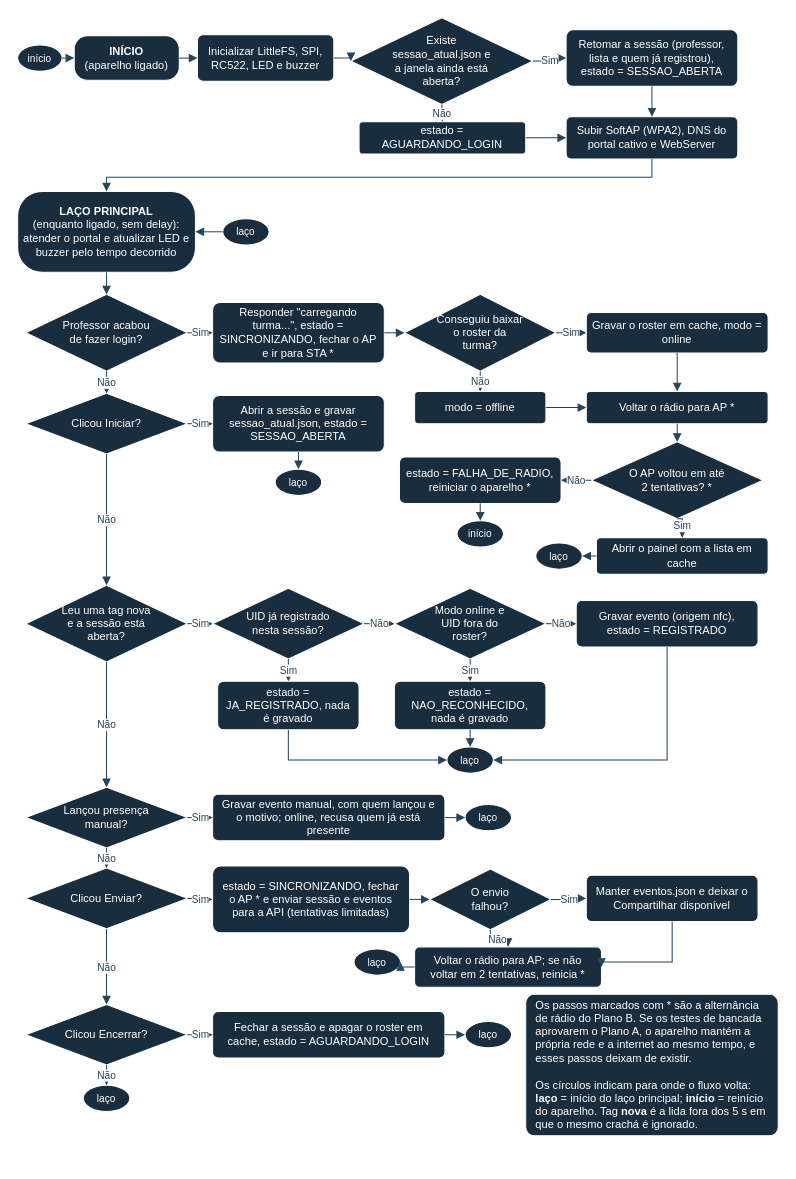
This is docs/fluxograma-logica.drawio from caioplaninschek/presente, a draw.io file, before an edit. Source tidied: cells renumbered, new cells numbered last; positions are measured from the earlier drawing's top-left corner, leaving out a move shared by most shapes. Both pictures are drawn from the tidied source at 101%, with x=0, y=0 at pixel (17, 17).
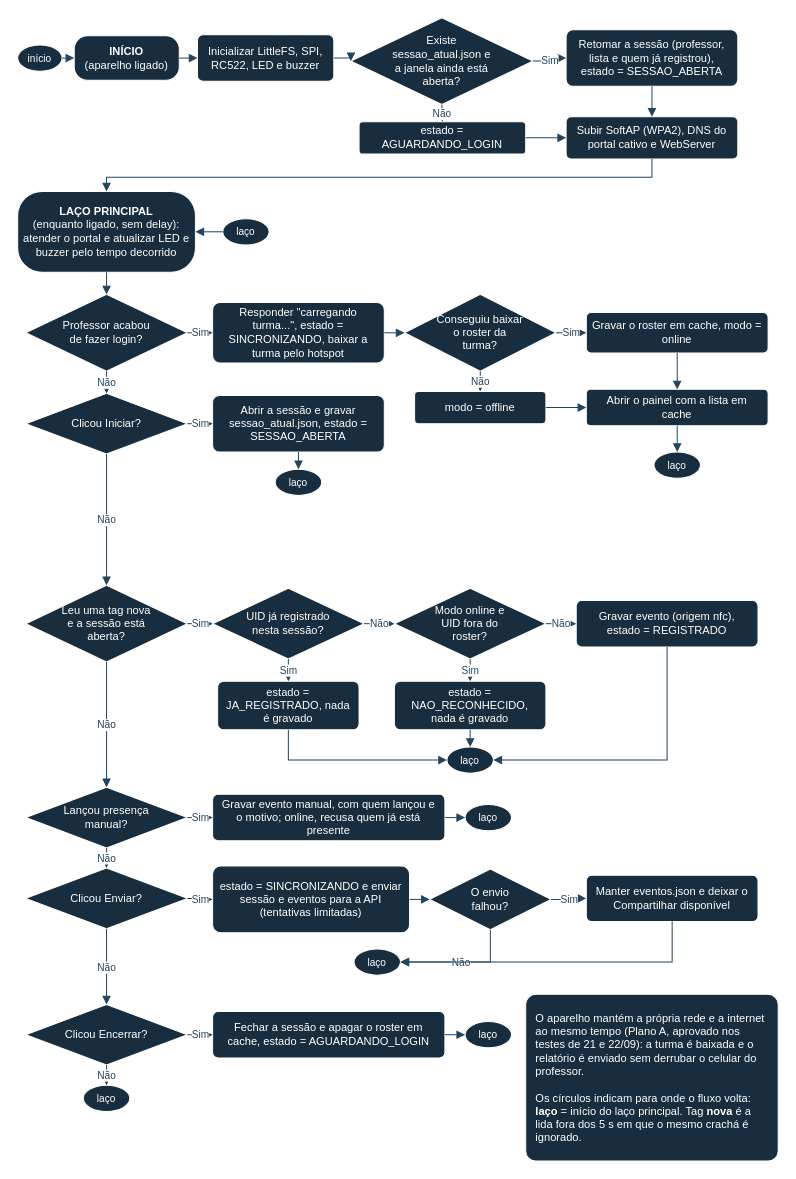
After the change.

Unchanged cells that the change refers to:
```xml
<mxCell id="14" value="Gravar o roster em cache, modo = online" style="whiteSpace=wrap;html=1;fontSize=11;fontColor=#FFFFFF;strokeColor=#FFFFFF;fillColor=#182E3E;rounded=1;arcSize=12;spacingLeft=5;spacingRight=5;" parent="1" vertex="1">
  <mxGeometry x="563" y="292" width="180" height="40" as="geometry" />
</mxCell>
<mxCell id="15" value="modo = offline" style="whiteSpace=wrap;html=1;fontSize=11;fontColor=#FFFFFF;strokeColor=#FFFFFF;fillColor=#182E3E;rounded=1;arcSize=12;spacingLeft=5;spacingRight=5;" parent="1" vertex="1">
  <mxGeometry x="393" y="370" width="130" height="32" as="geometry" />
</mxCell>
<mxCell id="37" value="O envio falhou?" style="whiteSpace=wrap;html=1;fontSize=11;fontColor=#FFFFFF;strokeColor=#FFFFFF;fillColor=#182E3E;rhombus;spacingLeft=24;spacingRight=24;" parent="1" vertex="1">
  <mxGeometry x="408" y="843" width="120" height="60" as="geometry" />
</mxCell>
<mxCell id="38" value="Manter eventos.json e deixar o Compartilhar disponível" style="whiteSpace=wrap;html=1;fontSize=11;fontColor=#FFFFFF;strokeColor=#FFFFFF;fillColor=#182E3E;rounded=1;arcSize=12;spacingLeft=5;spacingRight=5;" parent="1" vertex="1">
  <mxGeometry x="563" y="849" width="170" height="46" as="geometry" />
</mxCell>
<mxCell id="40" value="laço" style="whiteSpace=wrap;html=1;fontSize=11;fontColor=#FFFFFF;strokeColor=#FFFFFF;fillColor=#182E3E;ellipse;fontSize=10;" parent="1" vertex="1">
  <mxGeometry x="333" y="922" width="46" height="26" as="geometry" />
</mxCell>
```

Diff of the diagram source:
```diff
@@
-    <mxCell id="12" value="Responder &quot;carregando turma...&quot;, estado = SINCRONIZANDO, fechar o AP e ir para STA *" style="whiteSpace=wrap;html=1;fontSize=11;fontColor=#FFFFFF;strokeColor=#FFFFFF;fillColor=#182E3E;rounded=1;arcSize=12;spacingLeft=5;spacingRight=5;" parent="1" vertex="1">
+    <mxCell id="12" value="Responder &quot;carregando turma...&quot;, estado = SINCRONIZANDO, baixar a turma pelo hotspot" style="whiteSpace=wrap;html=1;fontSize=11;fontColor=#FFFFFF;strokeColor=#FFFFFF;fillColor=#182E3E;rounded=1;arcSize=12;spacingLeft=5;spacingRight=5;" parent="1" vertex="1">
       <mxGeometry x="193" y="282" width="170" height="60" as="geometry" />
     </mxCell>
@@
-    <mxCell id="16" value="Voltar o rádio para AP *" style="whiteSpace=wrap;html=1;fontSize=11;fontColor=#FFFFFF;strokeColor=#FFFFFF;fillColor=#182E3E;rounded=1;arcSize=12;spacingLeft=5;spacingRight=5;" parent="1" vertex="1">
-      <mxGeometry x="563" y="370" width="180" height="32" as="geometry" />
-    </mxCell>
-    <mxCell id="17" value="O AP voltou em até 2 tentativas? *" style="whiteSpace=wrap;html=1;fontSize=11;fontColor=#FFFFFF;strokeColor=#FFFFFF;fillColor=#182E3E;rhombus;spacingLeft=34;spacingRight=34;" parent="1" vertex="1">
-      <mxGeometry x="568" y="420" width="170" height="76" as="geometry" />
-    </mxCell>
     <mxCell id="18" value="Abrir o painel com a lista em cache" style="whiteSpace=wrap;html=1;fontSize=11;fontColor=#FFFFFF;strokeColor=#FFFFFF;fillColor=#182E3E;rounded=1;arcSize=12;spacingLeft=5;spacingRight=5;" parent="1" vertex="1">
-      <mxGeometry x="573" y="515" width="170" height="36" as="geometry" />
+      <mxGeometry x="563" y="368" width="180" height="36" as="geometry" />
     </mxCell>
     <mxCell id="19" value="laço" style="whiteSpace=wrap;html=1;fontSize=11;fontColor=#FFFFFF;strokeColor=#FFFFFF;fillColor=#182E3E;ellipse;fontSize=10;" parent="1" vertex="1">
-      <mxGeometry x="513" y="520" width="46" height="26" as="geometry" />
+      <mxGeometry x="630" y="430" width="46" height="26" as="geometry" />
     </mxCell>
-    <mxCell id="20" value="estado = FALHA_DE_RADIO, reiniciar o aparelho *" style="whiteSpace=wrap;html=1;fontSize=11;fontColor=#FFFFFF;strokeColor=#FFFFFF;fillColor=#182E3E;rounded=1;arcSize=12;spacingLeft=5;spacingRight=5;" parent="1" vertex="1">
-      <mxGeometry x="378" y="435" width="160" height="46" as="geometry" />
-    </mxCell>
-    <mxCell id="21" value="início" style="whiteSpace=wrap;html=1;fontSize=11;fontColor=#FFFFFF;strokeColor=#FFFFFF;fillColor=#182E3E;ellipse;fontSize=10;" parent="1" vertex="1">
-      <mxGeometry x="435" y="498" width="46" height="26" as="geometry" />
-    </mxCell>
@@
-    <mxCell id="36" value="estado = SINCRONIZANDO, fechar o AP * e enviar sessão e eventos para a API (tentativas limitadas)" style="whiteSpace=wrap;html=1;fontSize=11;fontColor=#FFFFFF;strokeColor=#FFFFFF;fillColor=#182E3E;rounded=1;arcSize=12;spacingLeft=5;spacingRight=5;" parent="1" vertex="1">
+    <mxCell id="36" value="estado = SINCRONIZANDO e enviar sessão e eventos para a API (tentativas limitadas)" style="whiteSpace=wrap;html=1;fontSize=11;fontColor=#FFFFFF;strokeColor=#FFFFFF;fillColor=#182E3E;rounded=1;arcSize=12;spacingLeft=5;spacingRight=5;" parent="1" vertex="1">
       <mxGeometry x="193" y="840" width="195" height="66" as="geometry" />
     </mxCell>
@@
-    <mxCell id="39" value="Voltar o rádio para AP; se não voltar em 2 tentativas, reinicia *" style="whiteSpace=wrap;html=1;fontSize=11;fontColor=#FFFFFF;strokeColor=#FFFFFF;fillColor=#182E3E;rounded=1;arcSize=12;spacingLeft=5;spacingRight=5;" parent="1" vertex="1">
-      <mxGeometry x="393" y="920" width="185" height="40" as="geometry" />
-    </mxCell>
@@
-    <mxCell id="45" value="Os passos marcados com * são a alternância de rádio do Plano B. Se os testes de bancada aprovarem o Plano A, o aparelho mantém a própria rede e a internet ao mesmo tempo, e esses passos deixam de existir.&lt;br&gt;&lt;br&gt;Os círculos indicam para onde o fluxo volta: &lt;b&gt;laço&lt;/b&gt; = início do laço principal; &lt;b&gt;início&lt;/b&gt; = reinício do aparelho. Tag &lt;b&gt;nova&lt;/b&gt; é a lida fora dos 5 s em que o mesmo crachá é ignorado." style="whiteSpace=wrap;html=1;fontSize=11;fontColor=#FFFFFF;strokeColor=#FFFFFF;fillColor=#182E3E;rounded=1;arcSize=6;align=left;spacingLeft=8;spacingRight=8;" parent="1" vertex="1">
-      <mxGeometry x="503" y="967" width="250" height="140" as="geometry" />
+    <mxCell id="45" value="O aparelho mantém a própria rede e a internet ao mesmo tempo (Plano A, aprovado nos testes de 21 e 22/09): a turma é baixada e o relatório é enviado sem derrubar o celular do professor.&lt;br&gt;&lt;br&gt;Os círculos indicam para onde o fluxo volta: &lt;b&gt;laço&lt;/b&gt; = início do laço principal. Tag &lt;b&gt;nova&lt;/b&gt; é a lida fora dos 5 s em que o mesmo crachá é ignorado." style="whiteSpace=wrap;html=1;fontSize=11;fontColor=#FFFFFF;strokeColor=#FFFFFF;fillColor=#182E3E;rounded=1;arcSize=6;align=left;spacingLeft=8;spacingRight=8;" parent="1" vertex="1">
+      <mxGeometry x="503" y="967" width="250" height="165" as="geometry" />
     </mxCell>
@@
-    <mxCell id="60" style="edgeStyle=orthogonalEdgeStyle;rounded=0;html=1;endArrow=block;endFill=1;strokeColor=#23445D;fontSize=10;fontColor=#23445D;labelBackgroundColor=#FFFFFF;exitX=0.5;exitY=1;exitDx=0;exitDy=0;entryX=0.5;entryY=0;entryDx=0;entryDy=0;" parent="1" edge="1" source="14" target="16">
+    <mxCell id="60" style="edgeStyle=orthogonalEdgeStyle;rounded=0;html=1;endArrow=block;endFill=1;strokeColor=#23445D;fontSize=10;fontColor=#23445D;labelBackgroundColor=#FFFFFF;exitX=0.5;exitY=1;exitDx=0;exitDy=0;entryX=0.5;entryY=0;entryDx=0;entryDy=0;" parent="1" edge="1" source="14" target="18">
       <mxGeometry relative="1" as="geometry" />
     </mxCell>
-    <mxCell id="61" style="edgeStyle=orthogonalEdgeStyle;rounded=0;html=1;endArrow=block;endFill=1;strokeColor=#23445D;fontSize=10;fontColor=#23445D;labelBackgroundColor=#FFFFFF;exitX=1;exitY=0.5;exitDx=0;exitDy=0;entryX=0;entryY=0.5;entryDx=0;entryDy=0;" parent="1" edge="1" source="15" target="16">
+    <mxCell id="61" style="edgeStyle=orthogonalEdgeStyle;rounded=0;html=1;endArrow=block;endFill=1;strokeColor=#23445D;fontSize=10;fontColor=#23445D;labelBackgroundColor=#FFFFFF;exitX=1;exitY=0.5;exitDx=0;exitDy=0;entryX=0;entryY=0.5;entryDx=0;entryDy=0;" parent="1" edge="1" source="15" target="18">
       <mxGeometry relative="1" as="geometry" />
     </mxCell>
-    <mxCell id="62" style="edgeStyle=orthogonalEdgeStyle;rounded=0;html=1;endArrow=block;endFill=1;strokeColor=#23445D;fontSize=10;fontColor=#23445D;labelBackgroundColor=#FFFFFF;exitX=0.5;exitY=1;exitDx=0;exitDy=0;entryX=0.5;entryY=0;entryDx=0;entryDy=0;" parent="1" edge="1" source="16" target="17">
-      <mxGeometry relative="1" as="geometry" />
-    </mxCell>
-    <mxCell id="63" value="Sim" style="edgeStyle=orthogonalEdgeStyle;rounded=0;html=1;endArrow=block;endFill=1;strokeColor=#23445D;fontSize=10;fontColor=#23445D;labelBackgroundColor=#FFFFFF;exitX=0.5;exitY=1;exitDx=0;exitDy=0;entryX=0.5;entryY=0;entryDx=0;entryDy=0;" parent="1" edge="1" source="17" target="18">
-      <mxGeometry relative="1" as="geometry" />
-    </mxCell>
-    <mxCell id="64" value="Não" style="edgeStyle=orthogonalEdgeStyle;rounded=0;html=1;endArrow=block;endFill=1;strokeColor=#23445D;fontSize=10;fontColor=#23445D;labelBackgroundColor=#FFFFFF;exitX=0;exitY=0.5;exitDx=0;exitDy=0;entryX=1;entryY=0.5;entryDx=0;entryDy=0;" parent="1" edge="1" source="17" target="20">
-      <mxGeometry relative="1" as="geometry" />
-    </mxCell>
-    <mxCell id="65" style="edgeStyle=orthogonalEdgeStyle;rounded=0;html=1;endArrow=block;endFill=1;strokeColor=#23445D;fontSize=10;fontColor=#23445D;labelBackgroundColor=#FFFFFF;exitX=0;exitY=0.5;exitDx=0;exitDy=0;entryX=1;entryY=0.5;entryDx=0;entryDy=0;" parent="1" edge="1" source="18" target="19">
+    <mxCell id="65" style="edgeStyle=orthogonalEdgeStyle;rounded=0;html=1;endArrow=block;endFill=1;strokeColor=#23445D;fontSize=10;fontColor=#23445D;labelBackgroundColor=#FFFFFF;exitX=0.5;exitY=1;exitDx=0;exitDy=0;entryX=0.5;entryY=0;entryDx=0;entryDy=0;" parent="1" edge="1" source="18" target="19">
       <mxGeometry relative="1" as="geometry" />
     </mxCell>
-    <mxCell id="66" style="edgeStyle=orthogonalEdgeStyle;rounded=0;html=1;endArrow=block;endFill=1;strokeColor=#23445D;fontSize=10;fontColor=#23445D;labelBackgroundColor=#FFFFFF;exitX=0.5;exitY=1;exitDx=0;exitDy=0;entryX=0.5;entryY=0;entryDx=0;entryDy=0;" parent="1" edge="1" source="20" target="21">
-      <mxGeometry relative="1" as="geometry" />
-    </mxCell>
@@
-    <mxCell id="86" value="Não" style="edgeStyle=orthogonalEdgeStyle;rounded=0;html=1;endArrow=block;endFill=1;strokeColor=#23445D;fontSize=10;fontColor=#23445D;labelBackgroundColor=#FFFFFF;exitX=0.5;exitY=1;exitDx=0;exitDy=0;entryX=0.5;entryY=0;entryDx=0;entryDy=0;" parent="1" edge="1" source="37" target="39">
-      <mxGeometry relative="1" as="geometry" />
+    <mxCell id="86" value="Não" style="edgeStyle=orthogonalEdgeStyle;rounded=0;html=1;endArrow=block;endFill=1;strokeColor=#23445D;fontSize=10;fontColor=#23445D;labelBackgroundColor=#FFFFFF;exitX=0.5;exitY=1;exitDx=0;exitDy=0;entryX=1;entryY=0.5;entryDx=0;entryDy=0;" parent="1" edge="1" source="37" target="40">
+      <mxGeometry relative="1" as="geometry">
+        <Array as="points">
+          <mxPoint x="468" y="935" />
+        </Array>
+      </mxGeometry>
     </mxCell>
-    <mxCell id="87" style="edgeStyle=orthogonalEdgeStyle;rounded=0;html=1;endArrow=block;endFill=1;strokeColor=#23445D;fontSize=10;fontColor=#23445D;labelBackgroundColor=#FFFFFF;exitX=0.5;exitY=1;exitDx=0;exitDy=0;entryX=1;entryY=0.5;entryDx=0;entryDy=0;" parent="1" edge="1" source="38" target="39">
+    <mxCell id="87" style="edgeStyle=orthogonalEdgeStyle;rounded=0;html=1;endArrow=block;endFill=1;strokeColor=#23445D;fontSize=10;fontColor=#23445D;labelBackgroundColor=#FFFFFF;exitX=0.5;exitY=1;exitDx=0;exitDy=0;entryX=1;entryY=0.5;entryDx=0;entryDy=0;" parent="1" edge="1" source="38" target="40">
       <mxGeometry relative="1" as="geometry">
         <Array as="points">
           <mxPoint x="648" y="935" />
         </Array>
       </mxGeometry>
     </mxCell>
-    <mxCell id="88" style="edgeStyle=orthogonalEdgeStyle;rounded=0;html=1;endArrow=block;endFill=1;strokeColor=#23445D;fontSize=10;fontColor=#23445D;labelBackgroundColor=#FFFFFF;exitX=0;exitY=0.5;exitDx=0;exitDy=0;entryX=1;entryY=0.5;entryDx=0;entryDy=0;" parent="1" edge="1" source="39" target="40">
-      <mxGeometry relative="1" as="geometry" />
-    </mxCell>
```
